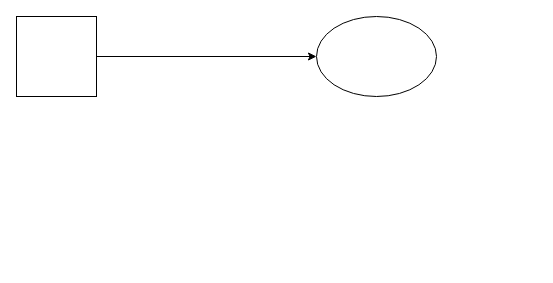
chenlye/mrt-agent keeps this draw.io diagram as project_map.drawio. Above is the earlier version. Source tidied: cells renumbered, new cells numbered last; positions are measured from the earlier drawing's top-left corner, leaving out a move shared by most shapes. Both pictures are drawn from the tidied source at 100%, with x=0, y=0 at pixel (16, 16).
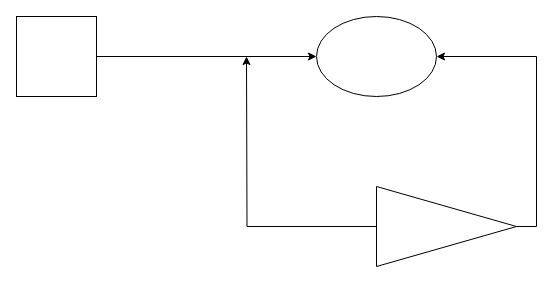
The same diagram, later.

Diff of the diagram source:
```diff
@@
 <mxGraphModel>
   <root>
     <mxCell id="0" />
     <mxCell id="1" parent="0" />
     <mxCell id="2" style="edgeStyle=orthogonalEdgeStyle;rounded=0;jettySize=auto;html=1;exitX=1;exitY=0.5;exitDx=0;exitDy=0;" parent="1" edge="1" source="3" target="4">
       <mxGeometry relative="1" as="geometry" />
     </mxCell>
     <mxCell id="3" style="whiteSpace=wrap;html=1;" parent="1" vertex="1">
       <mxGeometry width="80" height="80" as="geometry" />
     </mxCell>
     <mxCell id="4" style="ellipse;whiteSpace=wrap;html=1;" parent="1" vertex="1">
       <mxGeometry x="300" width="120" height="80" as="geometry" />
     </mxCell>
+    <mxCell id="5" style="edgeStyle=orthogonalEdgeStyle;rounded=0;jettySize=auto;html=1;" parent="1" edge="1" source="7">
+      <mxGeometry relative="1" as="geometry">
+        <mxPoint x="230" y="40" as="targetPoint" />
+      </mxGeometry>
+    </mxCell>
+    <mxCell id="6" style="edgeStyle=orthogonalEdgeStyle;rounded=0;jettySize=auto;html=1;exitX=1;exitY=0.5;exitDx=0;exitDy=0;entryX=1;entryY=0.5;entryDx=0;entryDy=0;" parent="1" edge="1" source="7" target="4">
+      <mxGeometry relative="1" as="geometry" />
+    </mxCell>
+    <mxCell id="7" style="triangle;whiteSpace=wrap;html=1;" parent="1" vertex="1">
+      <mxGeometry x="360" y="170" width="140" height="80" as="geometry" />
+    </mxCell>
   </root>
 </mxGraphModel>
```
